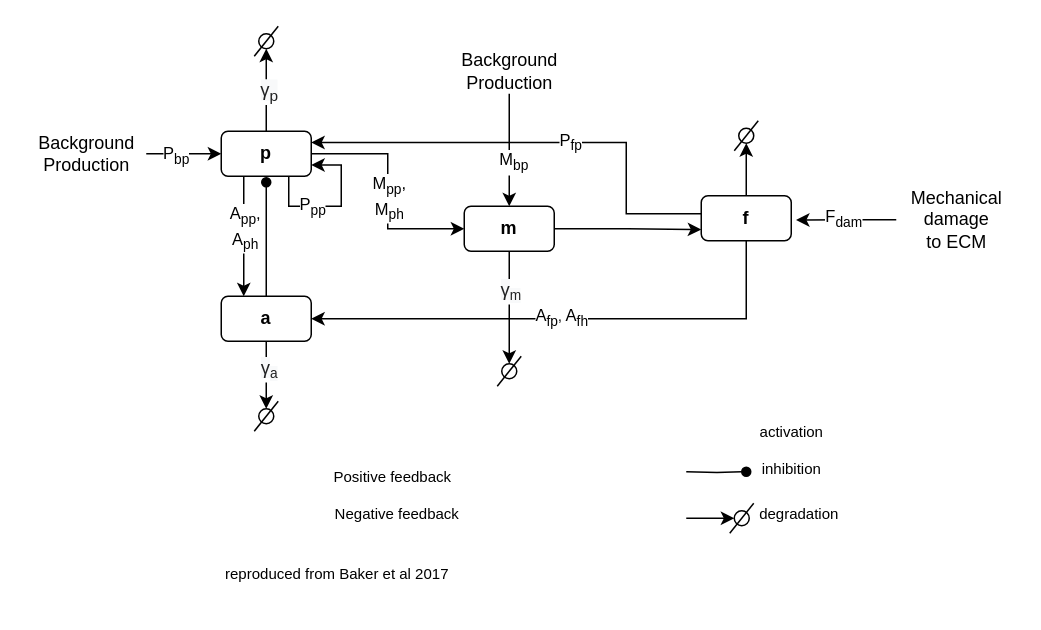
Earlier version of the draw.io diagram diagrams/Untitled Diagram.drawio (explodecomputer/DynaMR). Source tidied: cells renumbered, new cells numbered last; positions are measured from the earlier drawing's top-left corner, leaving out a move shared by most shapes. Both pictures are drawn from the tidied source at 150%, with x=0, y=0 at pixel (26, 26).
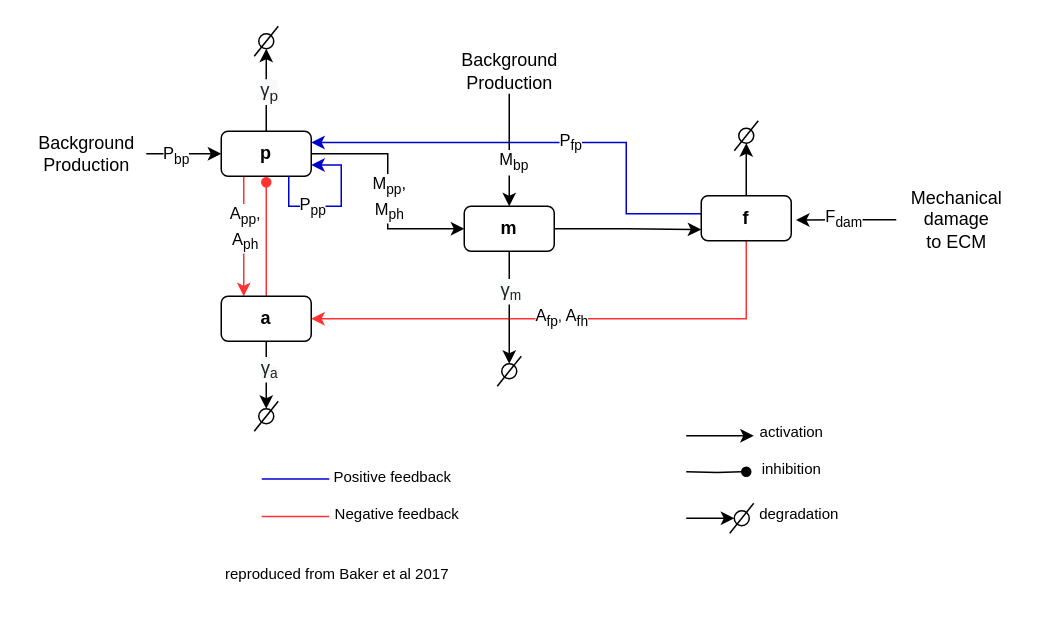
After the change.

Unchanged cells that the change refers to:
```xml
<mxCell id="8" value="&lt;b&gt;p&lt;/b&gt;" style="rounded=1;whiteSpace=wrap;html=1;" parent="1" vertex="1">
  <mxGeometry x="130" y="70" width="60" height="30" as="geometry" />
</mxCell>
<mxCell id="12" value="&lt;b&gt;a&lt;/b&gt;" style="rounded=1;whiteSpace=wrap;html=1;" parent="1" vertex="1">
  <mxGeometry x="130" y="180" width="60" height="30" as="geometry" />
</mxCell>
<mxCell id="18" value="&lt;b&gt;f&lt;/b&gt;" style="rounded=1;whiteSpace=wrap;html=1;" parent="1" vertex="1">
  <mxGeometry x="450" y="113" width="60" height="30" as="geometry" />
</mxCell>
```

Change to the diagram source:
```diff
@@
-    <mxCell id="4" style="edgeStyle=orthogonalEdgeStyle;rounded=0;jettySize=auto;html=1;exitX=0.25;exitY=1;exitDx=0;exitDy=0;entryX=0.25;entryY=0;entryDx=0;entryDy=0;" parent="1" edge="1" source="8" target="12">
+    <mxCell id="4" style="edgeStyle=orthogonalEdgeStyle;rounded=0;jettySize=auto;html=1;exitX=0.25;exitY=1;exitDx=0;exitDy=0;entryX=0.25;entryY=0;entryDx=0;entryDy=0;strokeColor=#FF3333;" parent="1" edge="1" source="8" target="12">
       <mxGeometry relative="1" as="geometry" />
     </mxCell>
@@
-    <mxCell id="9" style="edgeStyle=orthogonalEdgeStyle;rounded=0;jettySize=auto;html=1;exitX=0.5;exitY=0;exitDx=0;exitDy=0;endArrow=oval;endFill=1;" parent="1" edge="1" source="12">
+    <mxCell id="9" style="edgeStyle=orthogonalEdgeStyle;rounded=0;jettySize=auto;html=1;exitX=0.5;exitY=0;exitDx=0;exitDy=0;endArrow=oval;endFill=1;strokeColor=#FF3333;" parent="1" edge="1" source="12">
       <mxGeometry relative="1" as="geometry">
         <mxPoint x="160" y="104" as="targetPoint" />
       </mxGeometry>
     </mxCell>
@@
-    <mxCell id="13" style="edgeStyle=orthogonalEdgeStyle;rounded=0;jettySize=auto;html=1;entryX=1;entryY=0.25;entryDx=0;entryDy=0;" parent="1" edge="1" source="18" target="8">
+    <mxCell id="13" style="edgeStyle=orthogonalEdgeStyle;rounded=0;jettySize=auto;html=1;entryX=1;entryY=0.25;entryDx=0;entryDy=0;strokeColor=#0000CC;" parent="1" edge="1" source="18" target="8">
       <mxGeometry relative="1" as="geometry">
         <Array as="points">
           <mxPoint x="400" y="125" />
           <mxPoint x="400" y="78" />
         </Array>
       </mxGeometry>
     </mxCell>
@@
-    <mxCell id="15" style="edgeStyle=orthogonalEdgeStyle;rounded=0;jettySize=auto;html=1;exitX=0.5;exitY=1;exitDx=0;exitDy=0;entryX=1;entryY=0.5;entryDx=0;entryDy=0;endArrow=classic;endFill=1;" parent="1" edge="1" source="18" target="12">
+    <mxCell id="15" style="edgeStyle=orthogonalEdgeStyle;rounded=0;jettySize=auto;html=1;exitX=0.5;exitY=1;exitDx=0;exitDy=0;entryX=1;entryY=0.5;entryDx=0;entryDy=0;endArrow=classic;endFill=1;strokeColor=#FF3333;" parent="1" edge="1" source="18" target="12">
       <mxGeometry relative="1" as="geometry" />
     </mxCell>
@@
-    <mxCell id="41" style="edgeStyle=orthogonalEdgeStyle;rounded=0;orthogonalLoop=1;jettySize=auto;html=1;exitX=0.75;exitY=1;exitDx=0;exitDy=0;entryX=1;entryY=0.75;entryDx=0;entryDy=0;endArrow=classic;endFill=1;" parent="1" edge="1" source="8" target="8">
+    <mxCell id="41" style="edgeStyle=orthogonalEdgeStyle;rounded=0;orthogonalLoop=1;jettySize=auto;html=1;exitX=0.75;exitY=1;exitDx=0;exitDy=0;entryX=1;entryY=0.75;entryDx=0;entryDy=0;endArrow=classic;endFill=1;strokeColor=#0000CC;" parent="1" edge="1" source="8" target="8">
       <mxGeometry relative="1" as="geometry">
         <Array as="points">
           <mxPoint x="175" y="120" />
           <mxPoint x="210" y="120" />
           <mxPoint x="210" y="93" />
         </Array>
       </mxGeometry>
     </mxCell>
@@
+    <mxCell id="52" style="edgeStyle=orthogonalEdgeStyle;rounded=0;orthogonalLoop=1;jettySize=auto;html=1;endArrow=classic;endFill=1;" parent="1" edge="1">
+      <mxGeometry relative="1" as="geometry">
+        <mxPoint x="440" y="273" as="sourcePoint" />
+        <mxPoint x="485" y="273" as="targetPoint" />
+        <Array as="points">
+          <mxPoint x="450" y="273" />
+          <mxPoint x="450" y="273" />
+        </Array>
+      </mxGeometry>
+    </mxCell>
+    <mxCell id="53" style="edgeStyle=orthogonalEdgeStyle;rounded=0;orthogonalLoop=1;jettySize=auto;html=1;endArrow=none;endFill=0;strokeColor=#0000CC;" parent="1" edge="1">
+      <mxGeometry relative="1" as="geometry">
+        <mxPoint x="157" y="301.8" as="sourcePoint" />
+        <mxPoint x="202" y="301.8" as="targetPoint" />
+        <Array as="points">
+          <mxPoint x="167" y="301.8" />
+          <mxPoint x="167" y="301.8" />
+        </Array>
+      </mxGeometry>
+    </mxCell>
+    <mxCell id="54" style="edgeStyle=orthogonalEdgeStyle;rounded=0;orthogonalLoop=1;jettySize=auto;html=1;endArrow=none;endFill=0;strokeColor=#FF3333;" parent="1" edge="1">
+      <mxGeometry relative="1" as="geometry">
+        <mxPoint x="157" y="326.8" as="sourcePoint" />
+        <mxPoint x="202" y="326.8" as="targetPoint" />
+        <Array as="points">
+          <mxPoint x="167" y="326.8" />
+          <mxPoint x="167" y="326.8" />
+        </Array>
+      </mxGeometry>
+    </mxCell>
```
